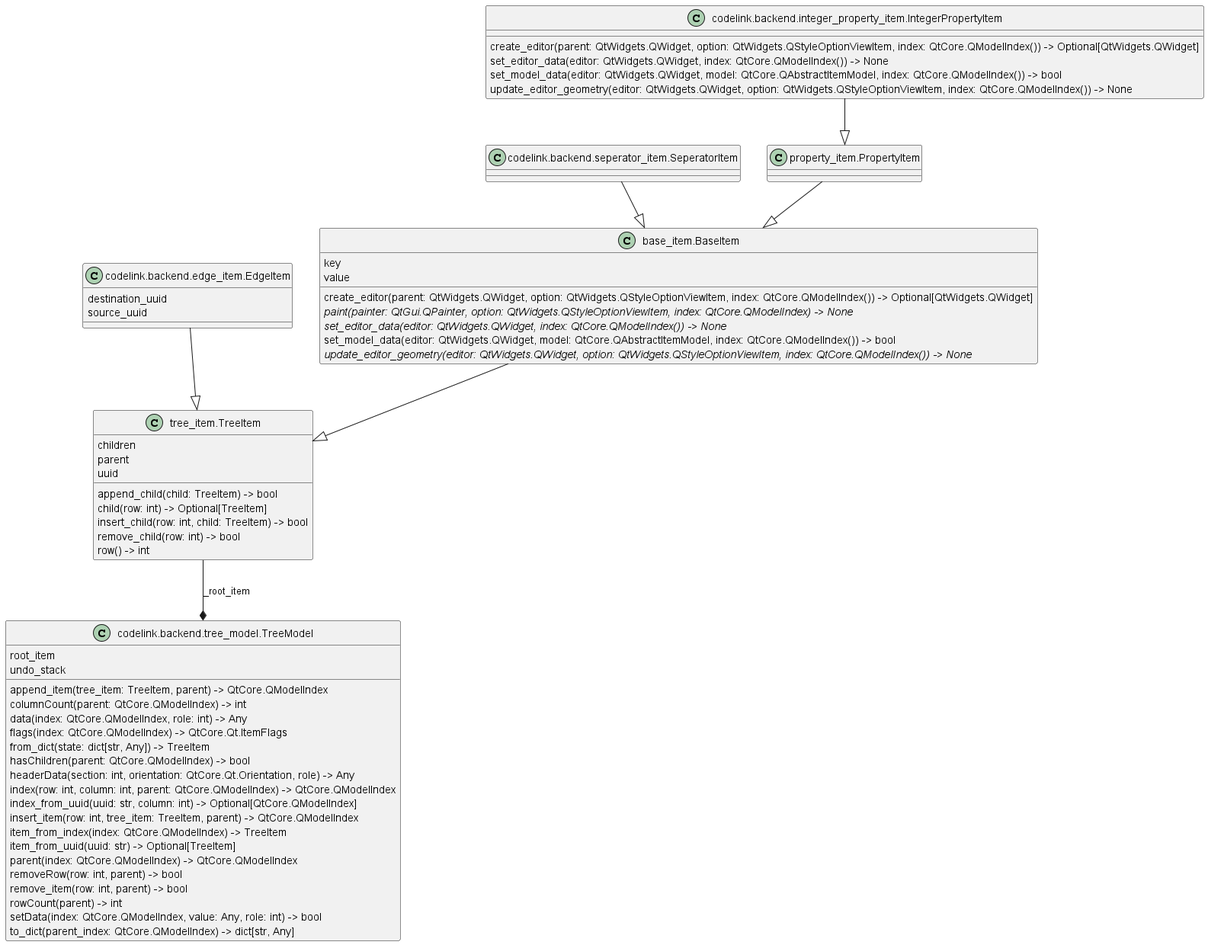
Above: img/backend_classes.png in j8sr0230/codelink (PlantUML), before the change.
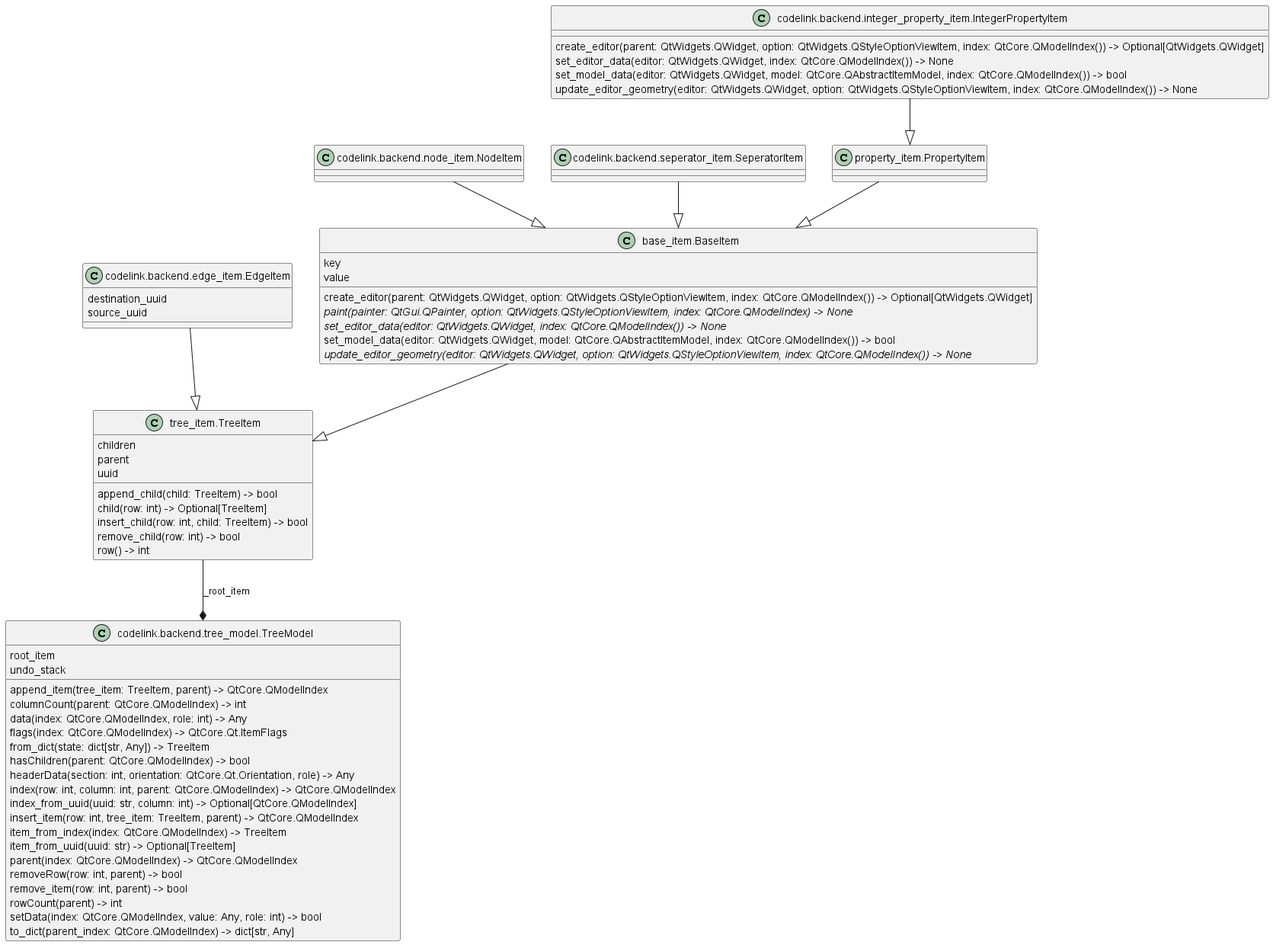
After the change.

Commit message:
Refactors backend

Change to the diagram source:
```diff
@@ -18,6 +18,8 @@
   set_editor_data(editor: QtWidgets.QWidget, index: QtCore.QModelIndex()) -> None
   set_model_data(editor: QtWidgets.QWidget, model: QtCore.QAbstractItemModel, index: QtCore.QModelIndex()) -> bool
   update_editor_geometry(editor: QtWidgets.QWidget, option: QtWidgets.QStyleOptionViewItem, index: QtCore.QModelIndex()) -> None
+}
+class "codelink.backend.node_item.NodeItem" as codelink.backend.node_item.NodeItem {
 }
 class "codelink.backend.seperator_item.SeperatorItem" as codelink.backend.seperator_item.SeperatorItem {
 }
@@ -58,6 +60,7 @@
 base_item.BaseItem --|> tree_item.TreeItem
 codelink.backend.edge_item.EdgeItem --|> tree_item.TreeItem
 codelink.backend.integer_property_item.IntegerPropertyItem --|> property_item.PropertyItem
+codelink.backend.node_item.NodeItem --|> base_item.BaseItem
 codelink.backend.seperator_item.SeperatorItem --|> base_item.BaseItem
 property_item.PropertyItem --|> base_item.BaseItem
 tree_item.TreeItem --* codelink.backend.tree_model.TreeModel : _root_item
```
